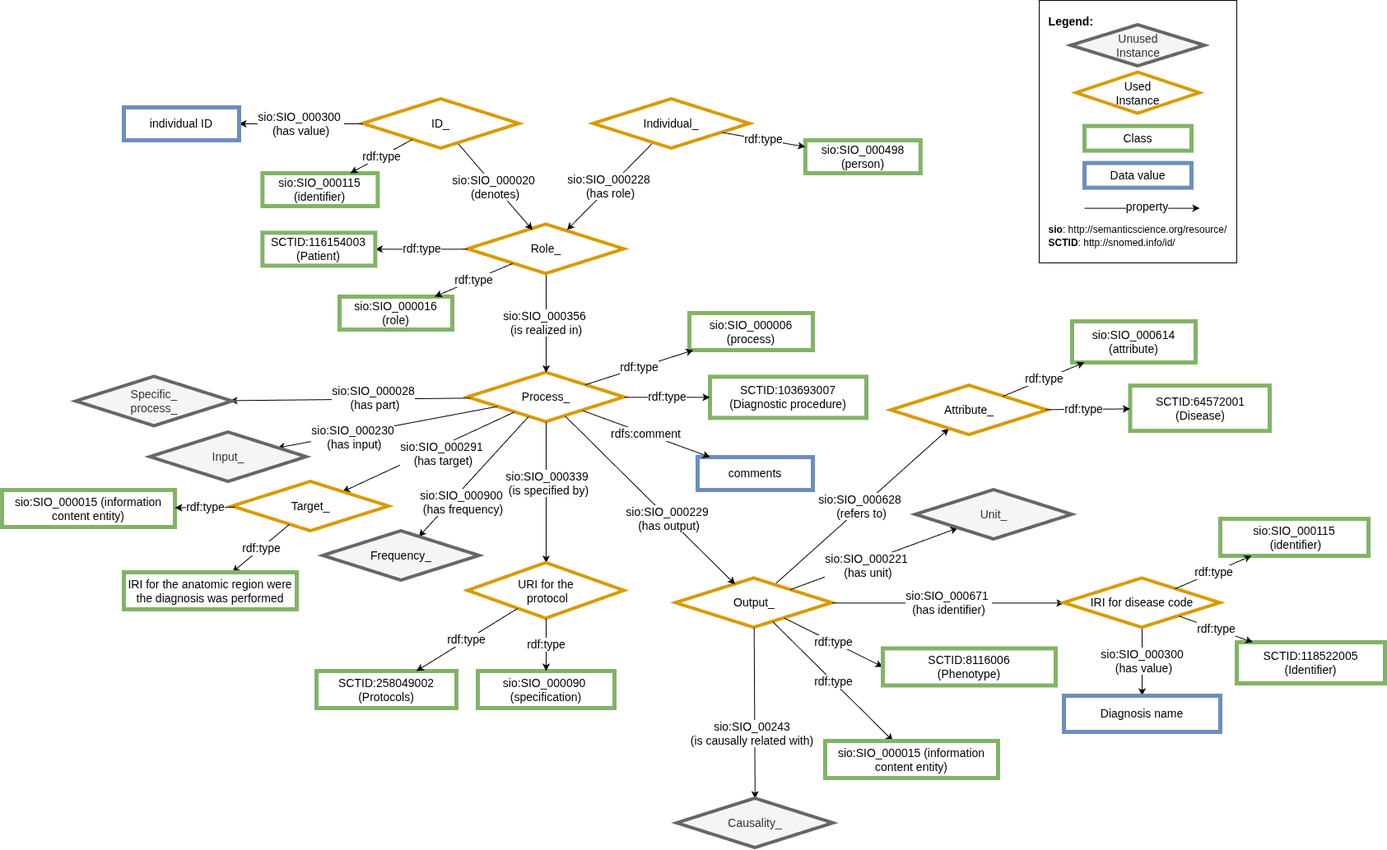
The draw.io diagram images/snomed/CARE-SM-snomed-Diagnosis.drawio.png in CARE-SM/CARE-Semantic-Model, before a commit. Source tidied: cells renumbered, new cells last; positions are measured from the earlier drawing's top-left corner, leaving out a move shared by most shapes.
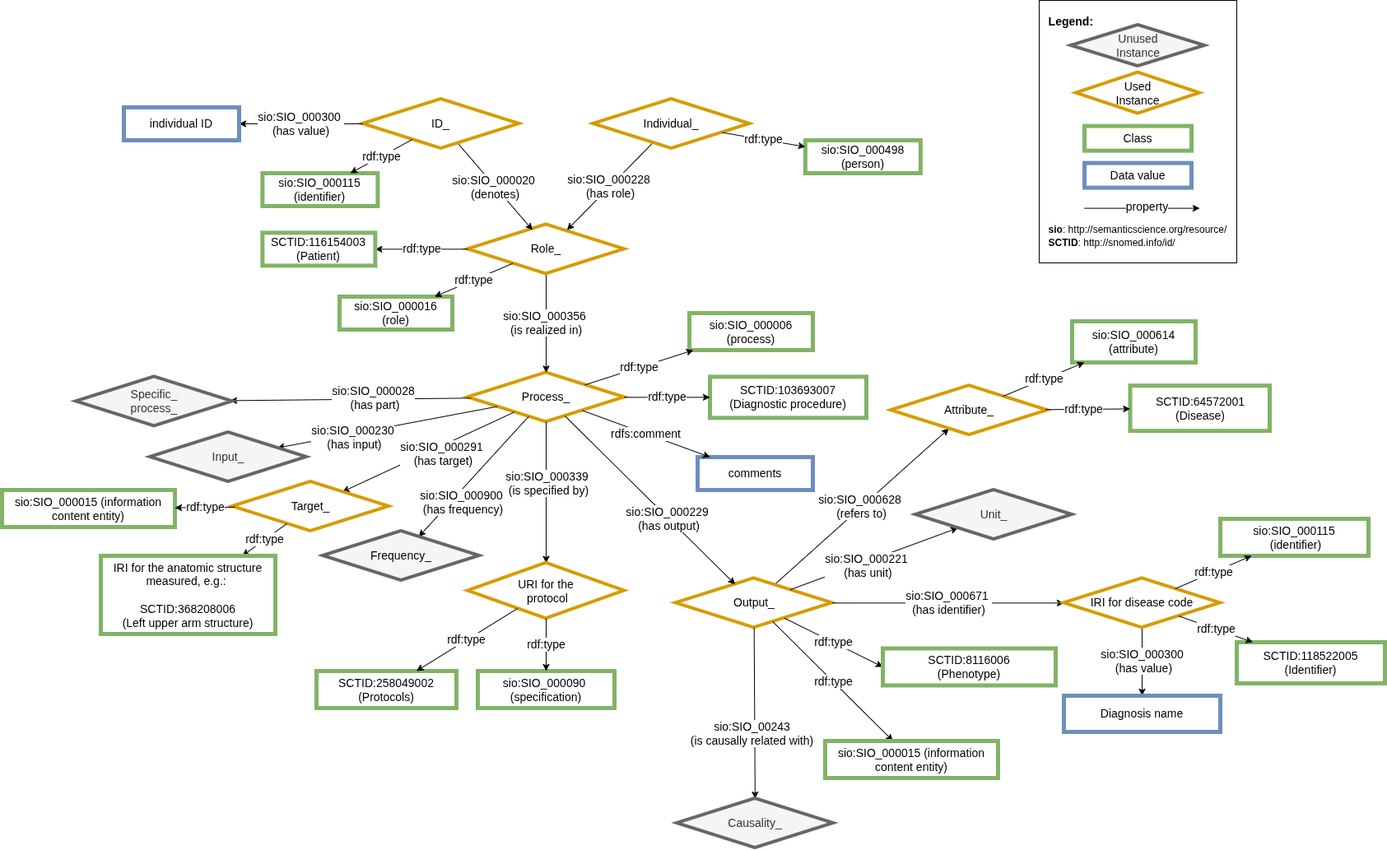
After the commit.

The edit, as a diff of the source:
```diff
@@ -123,8 +123,8 @@
     <mxCell id="38" value="rdf:type" style="edgeStyle=none;rounded=0;jettySize=auto;html=1;fontSize=14;" parent="1" edge="1" source="36" target="39">
       <mxGeometry relative="1" as="geometry" />
     </mxCell>
-    <mxCell id="39" value="IRI for the anatomic region were the diagnosis was performed" style="whiteSpace=wrap;html=1;fillColor=#FFFFFF;strokeColor=#82b366;strokeWidth=5;fontSize=14;" parent="1" vertex="1">
-      <mxGeometry x="148" y="695" width="210" height="45" as="geometry" />
+    <mxCell id="39" value="IRI for the anatomic structure measured, e.g.:&amp;nbsp;&lt;div&gt;&lt;br&gt;&lt;/div&gt;&lt;div&gt;SCTID:368208006&lt;/div&gt;&lt;div&gt;(Left upper arm structure)&lt;/div&gt;" style="whiteSpace=wrap;html=1;fillColor=#FFFFFF;strokeColor=#82b366;strokeWidth=5;fontSize=14;" parent="1" vertex="1">
+      <mxGeometry x="120" y="675" width="212" height="95" as="geometry" />
     </mxCell>
     <mxCell id="40" style="edgeStyle=none;rounded=0;jettySize=auto;html=1;strokeWidth=1;fontSize=14;" parent="1" edge="1" source="4" target="61">
       <mxGeometry relative="1" as="geometry" />
```
